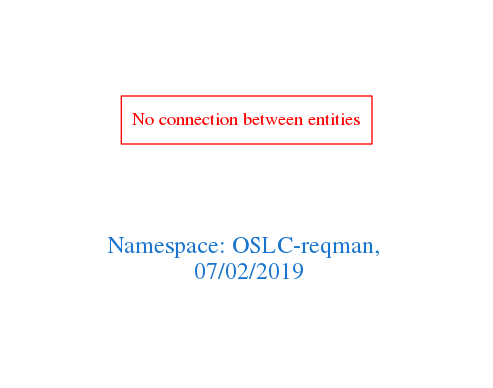
Before: downloads/OSLC-reqman.png, a diagram exported from Graphviz (arago/OGIT). Its source is kept beside it as downloads/OSLC-reqman.dot.
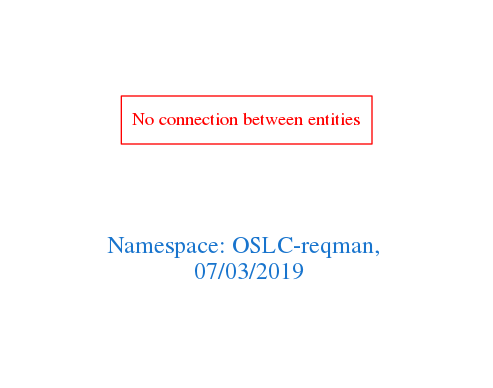
After the change.

Diff of the diagram source:
```diff
@@ -1,7 +1,7 @@
 digraph OGIT_ontology {
  graph [ rankdir= LR,pad=1
 fontsize = 18,
-fontcolor= dodgerblue3,label = "\n\n\nNamespace: OSLC-reqman, \n 07/02/2019"];
+fontcolor= dodgerblue3,label = "\n\n\nNamespace: OSLC-reqman, \n 07/03/2019"];
 node[shape=polygon];
 edge [  color="gray81"];
 
```
